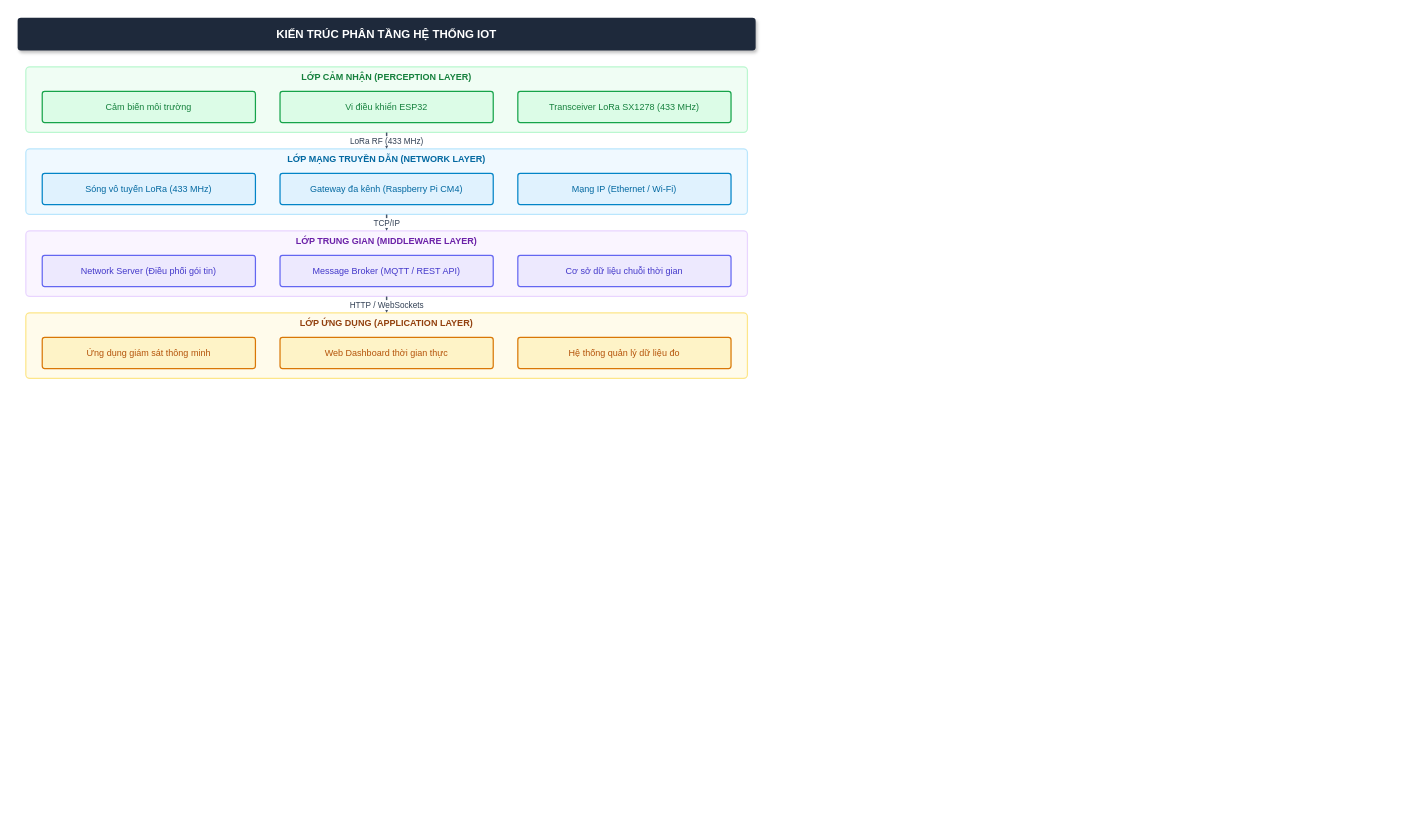
Earlier version of the draw.io diagram figs/01_kien_truc_iot_4_lop.drawio (Brauuwu/LoRa_TinyML_Hopping). Source tidied: cells renumbered, new cells numbered last; positions are measured from the earlier drawing's top-left corner, leaving out a move shared by most shapes. Both pictures are drawn from the tidied source at 82%, with x=0, y=0 at pixel (17, 17).
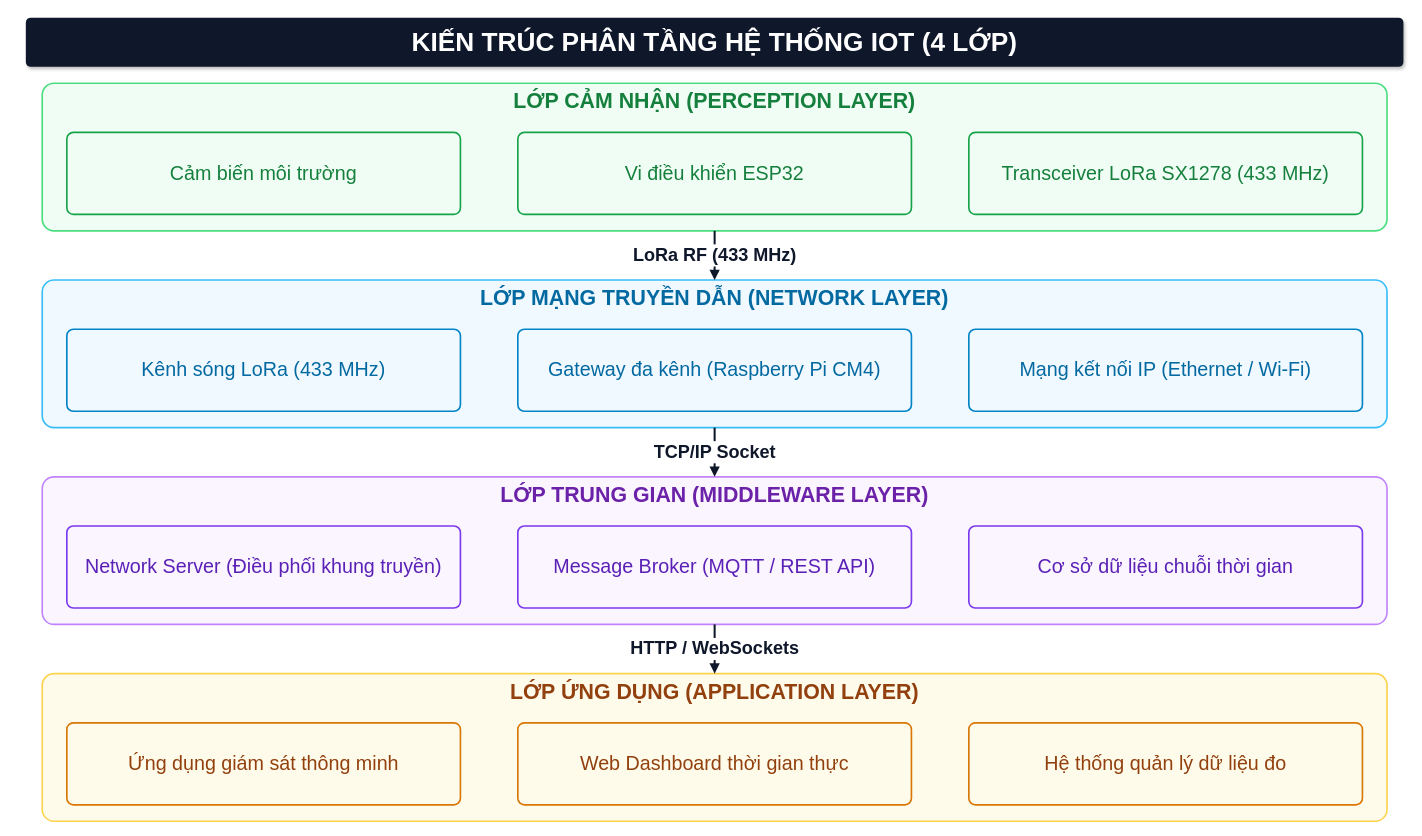
Above is the later version.

The edit, as a diff of the source:
```diff
@@
-    <mxCell id="2" value="KIẾN TRÚC PHÂN TẦNG HỆ THỐNG IOT" style="rounded=1;whiteSpace=wrap;html=1;fillColor=#1e293b;strokeColor=none;fontColor=#ffffff;fontStyle=1;fontSize=14;shadow=1;arcSize=10;" parent="1" vertex="1">
-      <mxGeometry width="900" height="40" as="geometry" />
+    <mxCell id="2" value="KIẾN TRÚC PHÂN TẦNG HỆ THỐNG IOT (4 LỚP)" style="rounded=1;whiteSpace=wrap;html=1;fillColor=#0f172a;strokeColor=none;fontColor=#ffffff;fontStyle=1;fontSize=32;shadow=1;arcSize=10;fontFamily=Helvetica;" parent="1" vertex="1">
+      <mxGeometry x="10" width="1680" height="60" as="geometry" />
     </mxCell>
-    <mxCell id="3" value="LỚP CẢM NHẬN (PERCEPTION LAYER)" style="rounded=1;whiteSpace=wrap;html=1;fillColor=#f0fdf4;strokeColor=#bbf7d0;strokeWidth=1.5;verticalAlign=top;fontStyle=1;fontSize=11;fontColor=#15803d;arcSize=6;" parent="1" vertex="1">
-      <mxGeometry x="10" y="60" width="880" height="80" as="geometry" />
+    <mxCell id="3" value="LỚP CẢM NHẬN (PERCEPTION LAYER)" style="rounded=1;whiteSpace=wrap;html=1;fillColor=#f0fdf4;strokeColor=#4ade80;strokeWidth=2;verticalAlign=top;fontStyle=1;fontSize=26;fontColor=#15803d;arcSize=8;fontFamily=Helvetica;" parent="1" vertex="1">
+      <mxGeometry x="30" y="80" width="1640" height="180" as="geometry" />
     </mxCell>
-    <mxCell id="4" value="Cảm biến môi trường" style="rounded=1;whiteSpace=wrap;html=1;fillColor=#dcfce7;strokeColor=#16a34a;strokeWidth=1.5;fontColor=#15803d;fontSize=11;arcSize=8;" parent="1" vertex="1">
-      <mxGeometry x="30" y="90" width="260" height="38" as="geometry" />
+    <mxCell id="4" value="Cảm biến môi trường" style="rounded=1;whiteSpace=wrap;html=1;fillColor=#f0fdf4;strokeColor=#16a34a;strokeWidth=2;fontColor=#15803d;fontSize=24;arcSize=8;fontFamily=Helvetica;" parent="1" vertex="1">
+      <mxGeometry x="60" y="140" width="480" height="100" as="geometry" />
     </mxCell>
-    <mxCell id="5" value="Vi điều khiển ESP32" style="rounded=1;whiteSpace=wrap;html=1;fillColor=#dcfce7;strokeColor=#16a34a;strokeWidth=1.5;fontColor=#15803d;fontSize=11;arcSize=8;" parent="1" vertex="1">
-      <mxGeometry x="320" y="90" width="260" height="38" as="geometry" />
+    <mxCell id="5" value="Vi điều khiển ESP32" style="rounded=1;whiteSpace=wrap;html=1;fillColor=#f0fdf4;strokeColor=#16a34a;strokeWidth=2;fontColor=#15803d;fontSize=24;arcSize=8;fontFamily=Helvetica;" parent="1" vertex="1">
+      <mxGeometry x="610" y="140" width="480" height="100" as="geometry" />
     </mxCell>
-    <mxCell id="6" value="Transceiver LoRa SX1278 (433 MHz)" style="rounded=1;whiteSpace=wrap;html=1;fillColor=#dcfce7;strokeColor=#16a34a;strokeWidth=1.5;fontColor=#15803d;fontSize=11;arcSize=8;" parent="1" vertex="1">
-      <mxGeometry x="610" y="90" width="260" height="38" as="geometry" />
+    <mxCell id="6" value="Transceiver LoRa SX1278 (433 MHz)" style="rounded=1;whiteSpace=wrap;html=1;fillColor=#f0fdf4;strokeColor=#16a34a;strokeWidth=2;fontColor=#15803d;fontSize=24;arcSize=8;fontFamily=Helvetica;" parent="1" vertex="1">
+      <mxGeometry x="1160" y="140" width="480" height="100" as="geometry" />
     </mxCell>
-    <mxCell id="7" value="LỚP MẠNG TRUYỀN DẪN (NETWORK LAYER)" style="rounded=1;whiteSpace=wrap;html=1;fillColor=#f0f9ff;strokeColor=#bae6fd;strokeWidth=1.5;verticalAlign=top;fontStyle=1;fontSize=11;fontColor=#0369a1;arcSize=6;" parent="1" vertex="1">
-      <mxGeometry x="10" y="160" width="880" height="80" as="geometry" />
+    <mxCell id="7" value="LỚP MẠNG TRUYỀN DẪN (NETWORK LAYER)" style="rounded=1;whiteSpace=wrap;html=1;fillColor=#f0f9ff;strokeColor=#38bdf8;strokeWidth=2;verticalAlign=top;fontStyle=1;fontSize=26;fontColor=#0369a1;arcSize=8;fontFamily=Helvetica;" parent="1" vertex="1">
+      <mxGeometry x="30" y="320" width="1640" height="180" as="geometry" />
     </mxCell>
-    <mxCell id="8" value="Sóng vô tuyến LoRa (433 MHz)" style="rounded=1;whiteSpace=wrap;html=1;fillColor=#e0f2fe;strokeColor=#0284c7;strokeWidth=1.5;fontColor=#0369a1;fontSize=11;arcSize=8;" parent="1" vertex="1">
-      <mxGeometry x="30" y="190" width="260" height="38" as="geometry" />
+    <mxCell id="8" value="Kênh sóng LoRa (433 MHz)" style="rounded=1;whiteSpace=wrap;html=1;fillColor=#f0f9ff;strokeColor=#0284c7;strokeWidth=2;fontColor=#0369a1;fontSize=24;arcSize=8;fontFamily=Helvetica;" parent="1" vertex="1">
+      <mxGeometry x="60" y="380" width="480" height="100" as="geometry" />
     </mxCell>
-    <mxCell id="9" value="Gateway đa kênh (Raspberry Pi CM4)" style="rounded=1;whiteSpace=wrap;html=1;fillColor=#e0f2fe;strokeColor=#0284c7;strokeWidth=1.5;fontColor=#0369a1;fontSize=11;arcSize=8;" parent="1" vertex="1">
-      <mxGeometry x="320" y="190" width="260" height="38" as="geometry" />
+    <mxCell id="9" value="Gateway đa kênh (Raspberry Pi CM4)" style="rounded=1;whiteSpace=wrap;html=1;fillColor=#f0f9ff;strokeColor=#0284c7;strokeWidth=2;fontColor=#0369a1;fontSize=24;arcSize=8;fontFamily=Helvetica;" parent="1" vertex="1">
+      <mxGeometry x="610" y="380" width="480" height="100" as="geometry" />
     </mxCell>
-    <mxCell id="10" value="Mạng IP (Ethernet / Wi-Fi)" style="rounded=1;whiteSpace=wrap;html=1;fillColor=#e0f2fe;strokeColor=#0284c7;strokeWidth=1.5;fontColor=#0369a1;fontSize=11;arcSize=8;" parent="1" vertex="1">
-      <mxGeometry x="610" y="190" width="260" height="38" as="geometry" />
+    <mxCell id="10" value="Mạng kết nối IP (Ethernet / Wi-Fi)" style="rounded=1;whiteSpace=wrap;html=1;fillColor=#f0f9ff;strokeColor=#0284c7;strokeWidth=2;fontColor=#0369a1;fontSize=24;arcSize=8;fontFamily=Helvetica;" parent="1" vertex="1">
+      <mxGeometry x="1160" y="380" width="480" height="100" as="geometry" />
     </mxCell>
-    <mxCell id="11" value="LỚP TRUNG GIAN (MIDDLEWARE LAYER)" style="rounded=1;whiteSpace=wrap;html=1;fillColor=#faf5ff;strokeColor=#e9d5ff;strokeWidth=1.5;verticalAlign=top;fontStyle=1;fontSize=11;fontColor=#6b21a8;arcSize=6;" parent="1" vertex="1">
-      <mxGeometry x="10" y="260" width="880" height="80" as="geometry" />
+    <mxCell id="11" value="LỚP TRUNG GIAN (MIDDLEWARE LAYER)" style="rounded=1;whiteSpace=wrap;html=1;fillColor=#faf5ff;strokeColor=#c084fc;strokeWidth=2;verticalAlign=top;fontStyle=1;fontSize=26;fontColor=#6b21a8;arcSize=8;fontFamily=Helvetica;" parent="1" vertex="1">
+      <mxGeometry x="30" y="560" width="1640" height="180" as="geometry" />
     </mxCell>
-    <mxCell id="12" value="Network Server (Điều phối gói tin)" style="rounded=1;whiteSpace=wrap;html=1;fillColor=#ede9fe;strokeColor=#6366f1;strokeWidth=1.5;fontColor=#4338ca;fontSize=11;arcSize=8;" parent="1" vertex="1">
-      <mxGeometry x="30" y="290" width="260" height="38" as="geometry" />
+    <mxCell id="12" value="Network Server (Điều phối khung truyền)" style="rounded=1;whiteSpace=wrap;html=1;fillColor=#faf5ff;strokeColor=#7c3aed;strokeWidth=2;fontColor=#5b21b6;fontSize=24;arcSize=8;fontFamily=Helvetica;" parent="1" vertex="1">
+      <mxGeometry x="60" y="620" width="480" height="100" as="geometry" />
     </mxCell>
-    <mxCell id="13" value="Message Broker (MQTT / REST API)" style="rounded=1;whiteSpace=wrap;html=1;fillColor=#ede9fe;strokeColor=#6366f1;strokeWidth=1.5;fontColor=#4338ca;fontSize=11;arcSize=8;" parent="1" vertex="1">
-      <mxGeometry x="320" y="290" width="260" height="38" as="geometry" />
+    <mxCell id="13" value="Message Broker (MQTT / REST API)" style="rounded=1;whiteSpace=wrap;html=1;fillColor=#faf5ff;strokeColor=#7c3aed;strokeWidth=2;fontColor=#5b21b6;fontSize=24;arcSize=8;fontFamily=Helvetica;" parent="1" vertex="1">
+      <mxGeometry x="610" y="620" width="480" height="100" as="geometry" />
     </mxCell>
-    <mxCell id="14" value="Cơ sở dữ liệu chuỗi thời gian" style="rounded=1;whiteSpace=wrap;html=1;fillColor=#ede9fe;strokeColor=#6366f1;strokeWidth=1.5;fontColor=#4338ca;fontSize=11;arcSize=8;" parent="1" vertex="1">
-      <mxGeometry x="610" y="290" width="260" height="38" as="geometry" />
+    <mxCell id="14" value="Cơ sở dữ liệu chuỗi thời gian" style="rounded=1;whiteSpace=wrap;html=1;fillColor=#faf5ff;strokeColor=#7c3aed;strokeWidth=2;fontColor=#5b21b6;fontSize=24;arcSize=8;fontFamily=Helvetica;" parent="1" vertex="1">
+      <mxGeometry x="1160" y="620" width="480" height="100" as="geometry" />
     </mxCell>
-    <mxCell id="15" value="LỚP ỨNG DỤNG (APPLICATION LAYER)" style="rounded=1;whiteSpace=wrap;html=1;fillColor=#fffbeb;strokeColor=#fde68a;strokeWidth=1.5;verticalAlign=top;fontStyle=1;fontSize=11;fontColor=#92400e;arcSize=6;" parent="1" vertex="1">
-      <mxGeometry x="10" y="360" width="880" height="80" as="geometry" />
+    <mxCell id="15" value="LỚP ỨNG DỤNG (APPLICATION LAYER)" style="rounded=1;whiteSpace=wrap;html=1;fillColor=#fffbeb;strokeColor=#fcd34d;strokeWidth=2;verticalAlign=top;fontStyle=1;fontSize=26;fontColor=#92400e;arcSize=8;fontFamily=Helvetica;" parent="1" vertex="1">
+      <mxGeometry x="30" y="800" width="1640" height="180" as="geometry" />
     </mxCell>
-    <mxCell id="16" value="Ứng dụng giám sát thông minh" style="rounded=1;whiteSpace=wrap;html=1;fillColor=#fef3c7;strokeColor=#d97706;strokeWidth=1.5;fontColor=#b45309;fontSize=11;arcSize=8;" parent="1" vertex="1">
-      <mxGeometry x="30" y="390" width="260" height="38" as="geometry" />
+    <mxCell id="16" value="Ứng dụng giám sát thông minh" style="rounded=1;whiteSpace=wrap;html=1;fillColor=#fffbeb;strokeColor=#d97706;strokeWidth=2;fontColor=#92400e;fontSize=24;arcSize=8;fontFamily=Helvetica;" parent="1" vertex="1">
+      <mxGeometry x="60" y="860" width="480" height="100" as="geometry" />
     </mxCell>
-    <mxCell id="17" value="Web Dashboard thời gian thực" style="rounded=1;whiteSpace=wrap;html=1;fillColor=#fef3c7;strokeColor=#d97706;strokeWidth=1.5;fontColor=#b45309;fontSize=11;arcSize=8;" parent="1" vertex="1">
-      <mxGeometry x="320" y="390" width="260" height="38" as="geometry" />
+    <mxCell id="17" value="Web Dashboard thời gian thực" style="rounded=1;whiteSpace=wrap;html=1;fillColor=#fffbeb;strokeColor=#d97706;strokeWidth=2;fontColor=#92400e;fontSize=24;arcSize=8;fontFamily=Helvetica;" parent="1" vertex="1">
+      <mxGeometry x="610" y="860" width="480" height="100" as="geometry" />
     </mxCell>
-    <mxCell id="18" value="Hệ thống quản lý dữ liệu đo" style="rounded=1;whiteSpace=wrap;html=1;fillColor=#fef3c7;strokeColor=#d97706;strokeWidth=1.5;fontColor=#b45309;fontSize=11;arcSize=8;" parent="1" vertex="1">
-      <mxGeometry x="610" y="390" width="260" height="38" as="geometry" />
+    <mxCell id="18" value="Hệ thống quản lý dữ liệu đo" style="rounded=1;whiteSpace=wrap;html=1;fillColor=#fffbeb;strokeColor=#d97706;strokeWidth=2;fontColor=#92400e;fontSize=24;arcSize=8;fontFamily=Helvetica;" parent="1" vertex="1">
+      <mxGeometry x="1160" y="860" width="480" height="100" as="geometry" />
     </mxCell>
-    <mxCell id="19" value="LoRa RF (433 MHz)" style="edgeStyle=orthogonalEdgeStyle;rounded=1;jettySize=auto;html=1;strokeColor=#475569;strokeWidth=1.8;endArrow=block;endFill=1;fontColor=#334155;fontSize=10;" parent="1" edge="1" source="3" target="7">
+    <mxCell id="19" value="LoRa RF (433 MHz)" style="edgeStyle=orthogonalEdgeStyle;rounded=1;jettySize=auto;html=1;strokeColor=#0f172a;strokeWidth=2.5;endArrow=block;endFill=1;fontColor=#0f172a;fontSize=22;fontStyle=1;fontFamily=Helvetica;" parent="1" edge="1" source="3" target="7">
       <mxGeometry relative="1" as="geometry" />
     </mxCell>
-    <mxCell id="20" value="TCP/IP" style="edgeStyle=orthogonalEdgeStyle;rounded=1;jettySize=auto;html=1;strokeColor=#475569;strokeWidth=1.8;endArrow=block;endFill=1;fontColor=#334155;fontSize=10;" parent="1" edge="1" source="7" target="11">
+    <mxCell id="20" value="TCP/IP Socket" style="edgeStyle=orthogonalEdgeStyle;rounded=1;jettySize=auto;html=1;strokeColor=#0f172a;strokeWidth=2.5;endArrow=block;endFill=1;fontColor=#0f172a;fontSize=22;fontStyle=1;fontFamily=Helvetica;" parent="1" edge="1" source="7" target="11">
       <mxGeometry relative="1" as="geometry" />
     </mxCell>
-    <mxCell id="21" value="HTTP / WebSockets" style="edgeStyle=orthogonalEdgeStyle;rounded=1;jettySize=auto;html=1;strokeColor=#475569;strokeWidth=1.8;endArrow=block;endFill=1;fontColor=#334155;fontSize=10;" parent="1" edge="1" source="11" target="15">
+    <mxCell id="21" value="HTTP / WebSockets" style="edgeStyle=orthogonalEdgeStyle;rounded=1;jettySize=auto;html=1;strokeColor=#0f172a;strokeWidth=2.5;endArrow=block;endFill=1;fontColor=#0f172a;fontSize=22;fontStyle=1;fontFamily=Helvetica;" parent="1" edge="1" source="11" target="15">
       <mxGeometry relative="1" as="geometry" />
     </mxCell>
```
